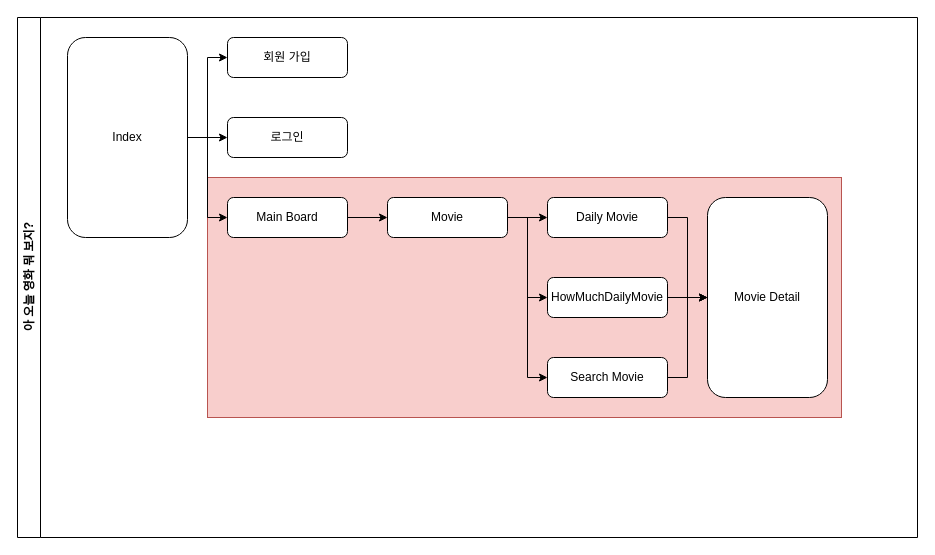
909ma/VIE-Oh-What-is-The-Film-Today keeps this draw.io diagram as 기타/웹 사이트 구조 다이어그램/웹 사이트 구조 다이어그램.drawio. Above is the earlier version. Source tidied: cells renumbered, new cells numbered last; positions are measured from the earlier drawing's top-left corner, leaving out a move shared by most shapes. Both pictures are drawn from the tidied source at 100%, with x=0, y=0 at pixel (17, 17).
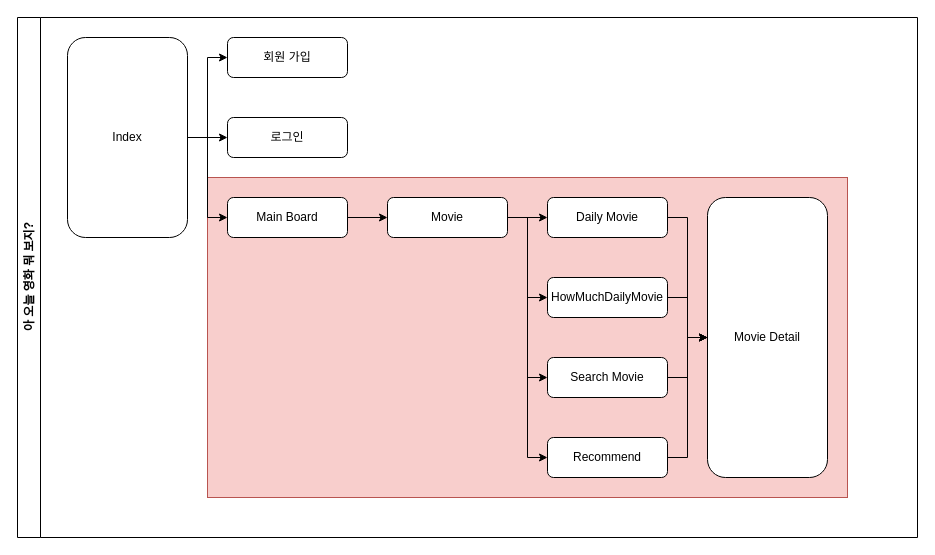
Above is the later version.

Unchanged cells that the change refers to:
```xml
<mxCell id="2" value="아 오늘 영화 뭐 보지?" style="swimlane;horizontal=0;whiteSpace=wrap;html=1;glass=0;swimlaneLine=1;rounded=0;shadow=0;" parent="1" vertex="1">
  <mxGeometry width="900" height="520" as="geometry" />
</mxCell>
<mxCell id="15" value="Movie" style="rounded=1;whiteSpace=wrap;html=1;" parent="2" vertex="1">
  <mxGeometry x="370" y="180" width="120" height="40" as="geometry" />
</mxCell>
```

The edit, as a diff of the source:
```diff
@@
     <mxCell id="3" style="rounded=0;whiteSpace=wrap;html=1;fillColor=#f8cecc;strokeColor=#b85450;" parent="2" vertex="1">
-      <mxGeometry x="190" y="160" width="634" height="240" as="geometry" />
+      <mxGeometry x="190" y="160" width="640" height="320" as="geometry" />
     </mxCell>
@@
+    <mxCell id="23" style="edgeStyle=orthogonalEdgeStyle;rounded=0;jettySize=auto;html=1;exitX=1;exitY=0.5;exitDx=0;exitDy=0;entryX=0;entryY=0.5;entryDx=0;entryDy=0;" parent="2" edge="1" source="15" target="25">
+      <mxGeometry relative="1" as="geometry" />
+    </mxCell>
@@
     <mxCell id="22" value="Movie Detail" style="rounded=1;whiteSpace=wrap;html=1;" parent="2" vertex="1">
-      <mxGeometry x="690" y="180" width="120" height="200" as="geometry" />
+      <mxGeometry x="690" y="180" width="120" height="280" as="geometry" />
     </mxCell>
+    <mxCell id="24" style="edgeStyle=orthogonalEdgeStyle;rounded=0;jettySize=auto;html=1;exitX=1;exitY=0.5;exitDx=0;exitDy=0;entryX=0;entryY=0.5;entryDx=0;entryDy=0;" parent="2" edge="1" source="25" target="22">
+      <mxGeometry relative="1" as="geometry" />
+    </mxCell>
+    <mxCell id="25" value="Recommend" style="rounded=1;whiteSpace=wrap;html=1;" parent="2" vertex="1">
+      <mxGeometry x="530" y="420" width="120" height="40" as="geometry" />
+    </mxCell>
```
